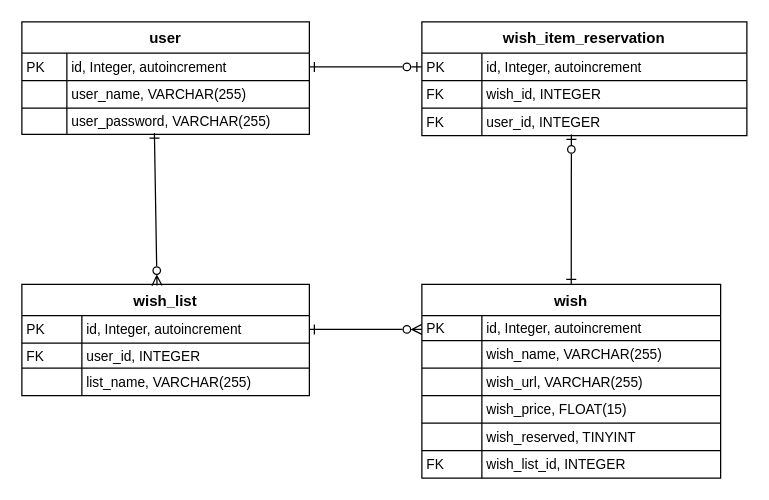
Above: docs/TheRealWishList.drawio in danskode/TheRealWishList (draw.io), before the change. Source tidied: cells renumbered, new cells numbered last; positions are measured from the earlier drawing's top-left corner, leaving out a move shared by most shapes. Both pictures are drawn from the tidied source at 125%, with x=0, y=0 at pixel (21, 21).
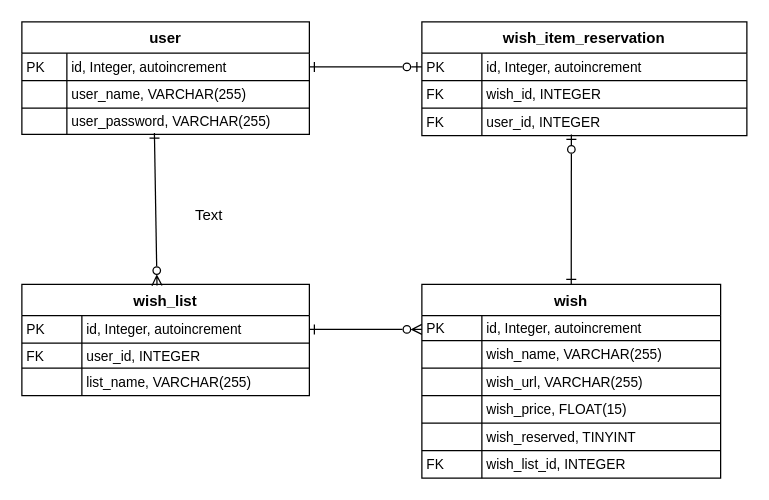
The same diagram, later.

Diff of the diagram source:
```diff
@@
+    <mxCell id="55" value="Text" style="text;strokeColor=none;align=center;fillColor=none;html=1;verticalAlign=middle;whiteSpace=wrap;rounded=0;" parent="1" vertex="1">
+      <mxGeometry x="120" y="140" width="60" height="30" as="geometry" />
+    </mxCell>
```
